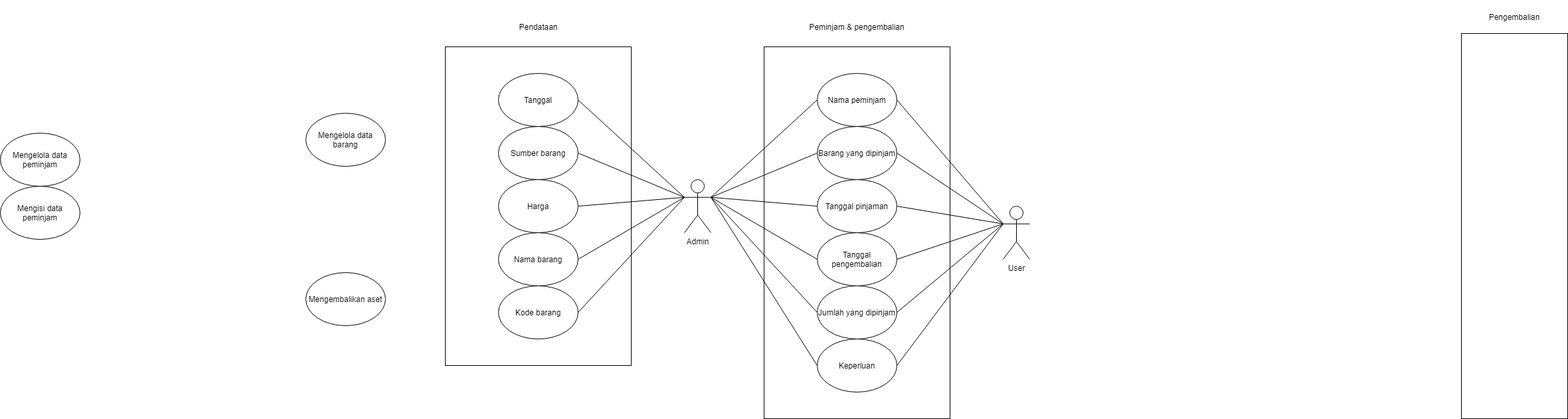
The draw.io diagram diagrams/Use Case Diagram.drawio.png in johannfac/aplikasipeminjamanaset, before a commit. Source tidied: cells renumbered, new cells last; positions are measured from the earlier drawing's top-left corner, leaving out a move shared by most shapes.
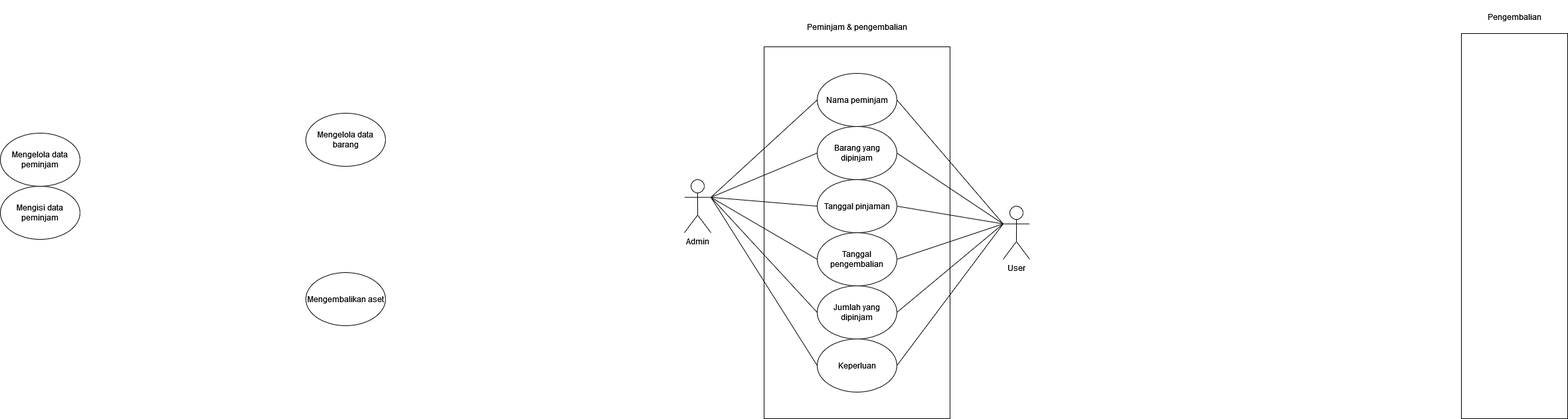
The same file after the commit.

What changed in the source:
```diff
@@ -5,63 +5,27 @@
     <mxCell id="2" style="rounded=0;whiteSpace=wrap;html=1;" parent="1" vertex="1">
       <mxGeometry x="1150" y="70" width="280" height="560" as="geometry" />
     </mxCell>
-    <mxCell id="3" style="rounded=0;whiteSpace=wrap;html=1;" parent="1" vertex="1">
-      <mxGeometry x="670" y="70" width="280" height="480" as="geometry" />
-    </mxCell>
     <mxCell id="4" value="Mengelola data barang" style="ellipse;whiteSpace=wrap;html=1;" parent="1" vertex="1">
       <mxGeometry x="460" y="170" width="120" height="80" as="geometry" />
     </mxCell>
-    <mxCell id="5" value="Tanggal" style="ellipse;whiteSpace=wrap;html=1;" parent="1" vertex="1">
-      <mxGeometry x="750" y="110" width="120" height="80" as="geometry" />
-    </mxCell>
-    <mxCell id="6" value="Sumber barang" style="ellipse;whiteSpace=wrap;html=1;" parent="1" vertex="1">
-      <mxGeometry x="750" y="190" width="120" height="80" as="geometry" />
-    </mxCell>
-    <mxCell id="7" value="Harga" style="ellipse;whiteSpace=wrap;html=1;" parent="1" vertex="1">
-      <mxGeometry x="750" y="270" width="120" height="80" as="geometry" />
-    </mxCell>
-    <mxCell id="8" value="Nama barang" style="ellipse;whiteSpace=wrap;html=1;" parent="1" vertex="1">
-      <mxGeometry x="750" y="350" width="120" height="80" as="geometry" />
-    </mxCell>
     <mxCell id="9" value="Kode barang" style="ellipse;whiteSpace=wrap;html=1;" parent="1" vertex="1">
       <mxGeometry x="2220" y="70" width="120" height="80" as="geometry" />
     </mxCell>
-    <mxCell id="10" value="Kode barang" style="ellipse;whiteSpace=wrap;html=1;" parent="1" vertex="1">
-      <mxGeometry x="750" y="430" width="120" height="80" as="geometry" />
-    </mxCell>
     <mxCell id="11" value="Nama barang" style="ellipse;whiteSpace=wrap;html=1;" parent="1" vertex="1">
       <mxGeometry x="2220" y="180" width="120" height="80" as="geometry" />
     </mxCell>
-    <mxCell id="12" value="Pendataan" style="text;html=1;align=center;verticalAlign=middle;strokeColor=none;fillColor=none;" parent="1" vertex="1">
-      <mxGeometry x="775" y="30" width="70" height="20" as="geometry" />
-    </mxCell>
-    <mxCell id="13" style="rounded=0;jettySize=auto;html=1;exitX=0;exitY=0.3333333333333333;exitDx=0;exitDy=0;exitPerimeter=0;entryX=1;entryY=0.5;entryDx=0;entryDy=0;endArrow=none;endFill=0;" parent="1" edge="1" source="16" target="5">
-      <mxGeometry relative="1" as="geometry" />
-    </mxCell>
     <mxCell id="14" value="Tanggal peminjaman" style="ellipse;whiteSpace=wrap;html=1;" parent="1" vertex="1">
       <mxGeometry x="2220" y="290" width="120" height="80" as="geometry" />
     </mxCell>
-    <mxCell id="15" style="edgeStyle=none;rounded=0;jettySize=auto;html=1;exitX=0;exitY=0.3333333333333333;exitDx=0;exitDy=0;exitPerimeter=0;entryX=1;entryY=0.5;entryDx=0;entryDy=0;endArrow=none;endFill=0;" parent="1" edge="1" source="16" target="6">
-      <mxGeometry relative="1" as="geometry" />
-    </mxCell>
     <mxCell id="16" value="Admin" style="shape=umlActor;verticalLabelPosition=bottom;verticalAlign=top;html=1;outlineConnect=0;" parent="1" vertex="1">
       <mxGeometry x="1030" y="270" width="40" height="80" as="geometry" />
     </mxCell>
-    <mxCell id="17" style="edgeStyle=none;rounded=0;jettySize=auto;html=1;exitX=0;exitY=0.3333333333333333;exitDx=0;exitDy=0;exitPerimeter=0;entryX=1;entryY=0.5;entryDx=0;entryDy=0;endArrow=none;endFill=0;" parent="1" edge="1" source="16" target="7">
-      <mxGeometry relative="1" as="geometry" />
-    </mxCell>
     <mxCell id="18" value="Tanggal pengembalian" style="ellipse;whiteSpace=wrap;html=1;" parent="1" vertex="1">
       <mxGeometry x="2220" y="400" width="120" height="80" as="geometry" />
     </mxCell>
-    <mxCell id="19" style="edgeStyle=none;rounded=0;jettySize=auto;html=1;exitX=0;exitY=0.3333333333333333;exitDx=0;exitDy=0;exitPerimeter=0;entryX=1;entryY=0.5;entryDx=0;entryDy=0;endArrow=none;endFill=0;" parent="1" edge="1" source="16" target="8">
-      <mxGeometry relative="1" as="geometry" />
-    </mxCell>
     <mxCell id="20" value="Mengelola data peminjam" style="ellipse;whiteSpace=wrap;html=1;" parent="1" vertex="1">
       <mxGeometry y="200" width="120" height="80" as="geometry" />
     </mxCell>
-    <mxCell id="21" style="edgeStyle=none;rounded=0;jettySize=auto;html=1;exitX=0;exitY=0.3333333333333333;exitDx=0;exitDy=0;exitPerimeter=0;entryX=1;entryY=0.5;entryDx=0;entryDy=0;endArrow=none;endFill=0;" parent="1" edge="1" source="16" target="10">
-      <mxGeometry relative="1" as="geometry" />
-    </mxCell>
     <mxCell id="22" value="Nama peminjam" style="ellipse;whiteSpace=wrap;html=1;" parent="1" vertex="1">
       <mxGeometry x="2220" y="510" width="120" height="80" as="geometry" />
     </mxCell>
```
